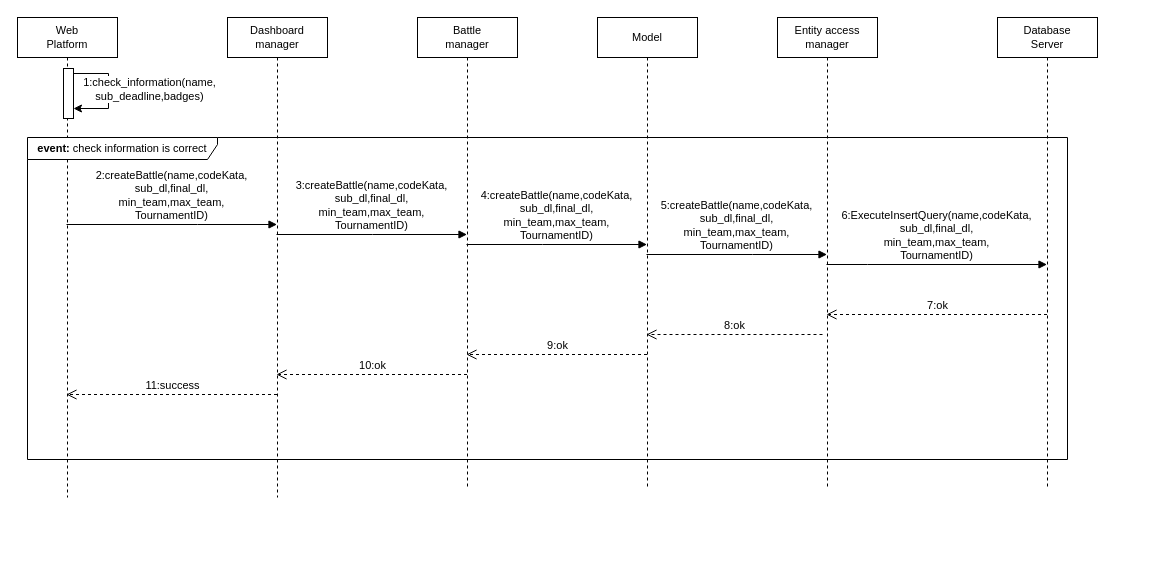
Above: page "BattleCreation" (4 of 18) of diagrams/Runtime diagrams/RuntimeDiagrams.drawio in mttcrn/software-engineering-II-project (draw.io), before the change. Source tidied: cells renumbered, new cells numbered last; positions are measured from the earlier drawing's top-left corner, leaving out a move shared by most shapes. Both pictures are drawn from the tidied source at 100%, with x=0, y=0 at pixel (17, 17).
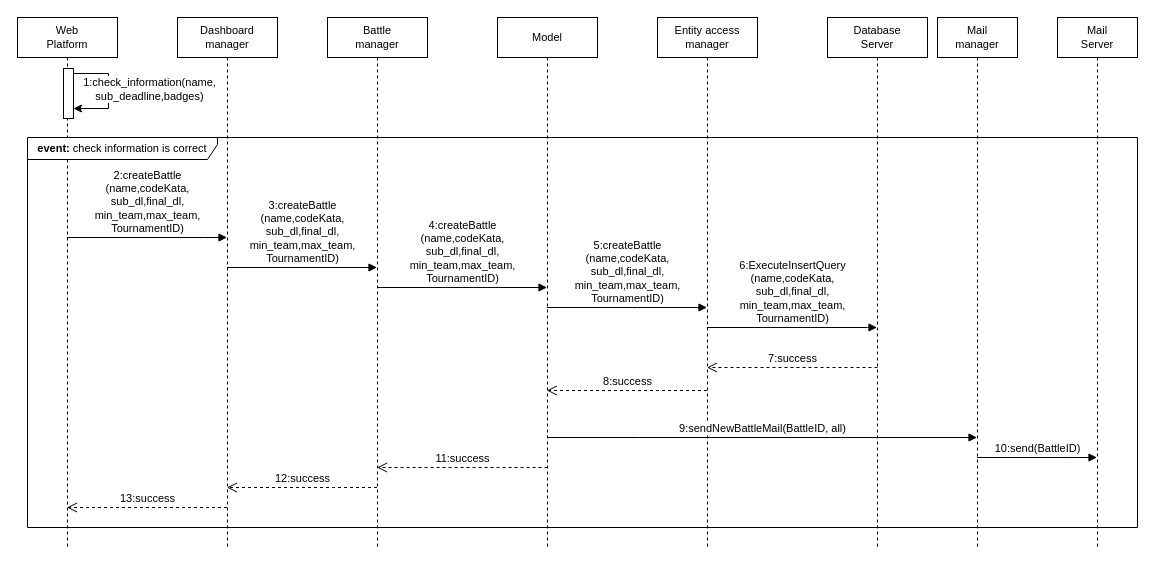
The same diagram, later.

Unchanged cells that the change refers to:
```xml
<mxCell id="18" style="html=1;points=[[0,0,0,0,5],[0,1,0,0,-5],[1,0,0,0,5],[1,1,0,0,-5]];perimeter=orthogonalPerimeter;outlineConnect=0;targetShapes=umlLifeline;portConstraint=eastwest;newEdgeStyle={&quot;curved&quot;:0,&quot;rounded&quot;:0};fontSize=11;" parent="1" vertex="1">
  <mxGeometry x="46" y="51" width="10" height="50" as="geometry" />
</mxCell>
```

Diff of the diagram source:
```diff
@@
     <mxCell id="2" value="Web&lt;br style=&quot;font-size: 11px;&quot;&gt;Platform" style="shape=umlLifeline;perimeter=lifelinePerimeter;whiteSpace=wrap;html=1;outlineConnect=0;portConstraint=eastwest;newEdgeStyle={&quot;curved&quot;:0,&quot;rounded&quot;:0};fontSize=11;" parent="1" vertex="1">
-      <mxGeometry width="100" height="480" as="geometry" />
+      <mxGeometry width="100" height="530" as="geometry" />
     </mxCell>
     <mxCell id="3" value="Dashboard&lt;br style=&quot;font-size: 11px;&quot;&gt;manager" style="shape=umlLifeline;perimeter=lifelinePerimeter;whiteSpace=wrap;html=1;outlineConnect=0;portConstraint=eastwest;newEdgeStyle={&quot;curved&quot;:0,&quot;rounded&quot;:0};fontSize=11;" parent="1" vertex="1">
-      <mxGeometry x="210" width="100" height="480" as="geometry" />
+      <mxGeometry x="160" width="100" height="530" as="geometry" />
     </mxCell>
     <mxCell id="4" value="Entity access&lt;br style=&quot;font-size: 11px;&quot;&gt;manager" style="shape=umlLifeline;perimeter=lifelinePerimeter;whiteSpace=wrap;html=1;outlineConnect=0;portConstraint=eastwest;newEdgeStyle={&quot;curved&quot;:0,&quot;rounded&quot;:0};fontSize=11;" parent="1" vertex="1">
-      <mxGeometry x="760" width="100" height="470" as="geometry" />
+      <mxGeometry x="640" width="100" height="530" as="geometry" />
     </mxCell>
     <mxCell id="5" value="Model" style="shape=umlLifeline;perimeter=lifelinePerimeter;whiteSpace=wrap;html=1;outlineConnect=0;portConstraint=eastwest;newEdgeStyle={&quot;curved&quot;:0,&quot;rounded&quot;:0};fontSize=11;" parent="1" vertex="1">
-      <mxGeometry x="580" width="100" height="470" as="geometry" />
+      <mxGeometry x="480" width="100" height="530" as="geometry" />
     </mxCell>
     <mxCell id="6" value="Battle&lt;br style=&quot;font-size: 11px;&quot;&gt;manager" style="shape=umlLifeline;perimeter=lifelinePerimeter;whiteSpace=wrap;html=1;outlineConnect=0;portConstraint=eastwest;newEdgeStyle={&quot;curved&quot;:0,&quot;rounded&quot;:0};fontSize=11;" parent="1" vertex="1">
-      <mxGeometry x="400" width="100" height="470" as="geometry" />
+      <mxGeometry x="310" width="100" height="530" as="geometry" />
     </mxCell>
     <mxCell id="7" value="Database&lt;br style=&quot;font-size: 11px;&quot;&gt;Server" style="shape=umlLifeline;perimeter=lifelinePerimeter;whiteSpace=wrap;html=1;outlineConnect=0;portConstraint=eastwest;newEdgeStyle={&quot;curved&quot;:0,&quot;rounded&quot;:0};fontSize=11;" parent="1" vertex="1">
-      <mxGeometry x="980" width="100" height="470" as="geometry" />
+      <mxGeometry x="810" width="100" height="530" as="geometry" />
     </mxCell>
-    <mxCell id="8" value="&lt;font style=&quot;font-size: 11px;&quot;&gt;2:createBattle(name,codeKata,&lt;br&gt;sub_dl,final_dl,&lt;br&gt;min_team,max_team,&lt;br&gt;TournamentID)&lt;/font&gt;" style="html=1;verticalAlign=bottom;endArrow=block;curved=0;rounded=0;fontSize=11;" parent="1" edge="1">
+    <mxCell id="8" value="&lt;font style=&quot;font-size: 11px;&quot;&gt;2:createBattle&lt;br style=&quot;font-size: 11px;&quot;&gt;(name,codeKata,&lt;br style=&quot;font-size: 11px;&quot;&gt;sub_dl,final_dl,&lt;br style=&quot;font-size: 11px;&quot;&gt;min_team,max_team,&lt;br style=&quot;font-size: 11px;&quot;&gt;TournamentID)&lt;/font&gt;" style="html=1;verticalAlign=bottom;endArrow=block;curved=0;rounded=0;fontSize=11;" parent="1" edge="1" source="2" target="3">
       <mxGeometry relative="1" as="geometry">
-        <mxPoint x="49" y="207" as="sourcePoint" />
-        <mxPoint x="259.5" y="207" as="targetPoint" />
         <Array as="points">
-          <mxPoint x="180" y="207" />
+          <mxPoint x="187" y="220" />
         </Array>
       </mxGeometry>
     </mxCell>
-    <mxCell id="9" value="3:createBattle(name,codeKata,&lt;br style=&quot;border-color: var(--border-color);&quot;&gt;sub_dl,final_dl,&lt;br style=&quot;border-color: var(--border-color);&quot;&gt;min_team,max_team,&lt;br style=&quot;border-color: var(--border-color);&quot;&gt;TournamentID)" style="html=1;verticalAlign=bottom;endArrow=block;curved=0;rounded=0;fontSize=11;" parent="1" edge="1">
+    <mxCell id="9" value="3:createBattle&lt;br style=&quot;font-size: 11px;&quot;&gt;(name,codeKata,&lt;br style=&quot;border-color: var(--border-color); font-size: 11px;&quot;&gt;sub_dl,final_dl,&lt;br style=&quot;border-color: var(--border-color); font-size: 11px;&quot;&gt;min_team,max_team,&lt;br style=&quot;border-color: var(--border-color); font-size: 11px;&quot;&gt;TournamentID)" style="html=1;verticalAlign=bottom;endArrow=block;curved=0;rounded=0;fontSize=11;" parent="1" edge="1">
       <mxGeometry relative="1" as="geometry">
-        <mxPoint x="259" y="217" as="sourcePoint" />
-        <mxPoint x="449.5" y="217" as="targetPoint" />
+        <mxPoint x="209.6" y="250" as="sourcePoint" />
+        <mxPoint x="359.5" y="250" as="targetPoint" />
         <Array as="points">
-          <mxPoint x="355" y="217" />
+          <mxPoint x="355" y="250" />
         </Array>
       </mxGeometry>
     </mxCell>
-    <mxCell id="10" value="4:createBattle(name,codeKata,&lt;br style=&quot;border-color: var(--border-color);&quot;&gt;sub_dl,final_dl,&lt;br style=&quot;border-color: var(--border-color);&quot;&gt;min_team,max_team,&lt;br style=&quot;border-color: var(--border-color);&quot;&gt;TournamentID)" style="html=1;verticalAlign=bottom;endArrow=block;curved=0;rounded=0;fontSize=11;" parent="1" edge="1">
+    <mxCell id="10" value="4:createBattle&lt;br style=&quot;font-size: 11px;&quot;&gt;(name,codeKata,&lt;br style=&quot;border-color: var(--border-color); font-size: 11px;&quot;&gt;sub_dl,final_dl,&lt;br style=&quot;border-color: var(--border-color); font-size: 11px;&quot;&gt;min_team,max_team,&lt;br style=&quot;border-color: var(--border-color); font-size: 11px;&quot;&gt;TournamentID)" style="html=1;verticalAlign=bottom;endArrow=block;curved=0;rounded=0;fontSize=11;" parent="1" edge="1" target="5">
       <mxGeometry relative="1" as="geometry">
-        <mxPoint x="449" y="227" as="sourcePoint" />
-        <mxPoint x="629.5" y="227" as="targetPoint" />
+        <mxPoint x="360" y="270" as="sourcePoint" />
         <Array as="points">
-          <mxPoint x="525" y="227" />
+          <mxPoint x="525.4" y="270" />
         </Array>
       </mxGeometry>
     </mxCell>
-    <mxCell id="11" value="5:createBattle(name,codeKata,&lt;br style=&quot;border-color: var(--border-color);&quot;&gt;sub_dl,final_dl,&lt;br style=&quot;border-color: var(--border-color);&quot;&gt;min_team,max_team,&lt;br style=&quot;border-color: var(--border-color);&quot;&gt;TournamentID)" style="html=1;verticalAlign=bottom;endArrow=block;curved=0;rounded=0;fontSize=11;" parent="1" edge="1">
+    <mxCell id="11" value="5:createBattle&lt;br style=&quot;font-size: 11px;&quot;&gt;(name,codeKata,&lt;br style=&quot;border-color: var(--border-color); font-size: 11px;&quot;&gt;sub_dl,final_dl,&lt;br style=&quot;border-color: var(--border-color); font-size: 11px;&quot;&gt;min_team,max_team,&lt;br style=&quot;border-color: var(--border-color); font-size: 11px;&quot;&gt;TournamentID)" style="html=1;verticalAlign=bottom;endArrow=block;curved=0;rounded=0;fontSize=11;" parent="1" edge="1" source="5" target="4">
       <mxGeometry relative="1" as="geometry">
-        <mxPoint x="629" y="237" as="sourcePoint" />
-        <mxPoint x="809.5" y="237" as="targetPoint" />
         <Array as="points">
-          <mxPoint x="735" y="237" />
+          <mxPoint x="620" y="290" />
         </Array>
       </mxGeometry>
     </mxCell>
-    <mxCell id="12" value="&lt;font style=&quot;font-size: 11px;&quot;&gt;6:ExecuteInsertQuery(name,codeKata,&lt;br&gt;sub_dl,final_dl,&lt;br&gt;min_team,max_team,&lt;br&gt;TournamentID)&lt;/font&gt;" style="html=1;verticalAlign=bottom;endArrow=block;curved=0;rounded=0;fontSize=11;" parent="1" edge="1">
+    <mxCell id="12" value="&lt;font style=&quot;font-size: 11px;&quot;&gt;6:ExecuteInsertQuery&lt;br style=&quot;font-size: 11px;&quot;&gt;(name,codeKata,&lt;br style=&quot;font-size: 11px;&quot;&gt;sub_dl,final_dl,&lt;br style=&quot;font-size: 11px;&quot;&gt;min_team,max_team,&lt;br style=&quot;font-size: 11px;&quot;&gt;TournamentID)&lt;/font&gt;" style="html=1;verticalAlign=bottom;endArrow=block;curved=0;rounded=0;fontSize=11;" parent="1" edge="1" source="4" target="7">
       <mxGeometry relative="1" as="geometry">
-        <mxPoint x="809" y="247" as="sourcePoint" />
-        <mxPoint x="1029.5" y="247" as="targetPoint" />
         <Array as="points">
-          <mxPoint x="850" y="247" />
+          <mxPoint x="850" y="310" />
         </Array>
       </mxGeometry>
     </mxCell>
-    <mxCell id="13" value="7:ok" style="html=1;verticalAlign=bottom;endArrow=open;dashed=1;endSize=8;curved=0;rounded=0;fontSize=11;" parent="1" edge="1">
+    <mxCell id="13" value="7:success" style="html=1;verticalAlign=bottom;endArrow=open;dashed=1;endSize=8;curved=0;rounded=0;fontSize=11;" parent="1" edge="1" target="4">
       <mxGeometry relative="1" as="geometry">
-        <mxPoint x="1029.5" y="297" as="sourcePoint" />
-        <mxPoint x="809" y="297" as="targetPoint" />
-        <Array as="points">
-          <mxPoint x="900" y="297" />
-        </Array>
+        <mxPoint x="860" y="350" as="sourcePoint" />
       </mxGeometry>
     </mxCell>
-    <mxCell id="14" value="8:ok" style="html=1;verticalAlign=bottom;endArrow=open;dashed=1;endSize=8;curved=0;rounded=0;fontSize=11;" parent="1" edge="1">
+    <mxCell id="14" value="8:success" style="html=1;verticalAlign=bottom;endArrow=open;dashed=1;endSize=8;curved=0;rounded=0;fontSize=11;" parent="1" edge="1">
       <mxGeometry relative="1" as="geometry">
-        <mxPoint x="805" y="317" as="sourcePoint" />
-        <mxPoint x="629" y="317" as="targetPoint" />
+        <mxPoint x="689.5" y="373" as="sourcePoint" />
+        <mxPoint x="529.4" y="373" as="targetPoint" />
         <Array as="points">
-          <mxPoint x="730" y="317" />
-          <mxPoint x="640" y="317" />
+          <mxPoint x="640" y="373" />
         </Array>
       </mxGeometry>
     </mxCell>
-    <mxCell id="15" value="9:ok" style="html=1;verticalAlign=bottom;endArrow=open;dashed=1;endSize=8;curved=0;rounded=0;fontSize=11;" parent="1" edge="1">
-      <mxGeometry relative="1" as="geometry">
-        <mxPoint x="629.5" y="337" as="sourcePoint" />
-        <mxPoint x="449" y="337" as="targetPoint" />
-        <Array as="points">
-          <mxPoint x="530" y="337" />
-        </Array>
-      </mxGeometry>
-    </mxCell>
-    <mxCell id="16" value="10:ok" style="html=1;verticalAlign=bottom;endArrow=open;dashed=1;endSize=8;curved=0;rounded=0;fontSize=11;" parent="1" edge="1">
+    <mxCell id="16" value="11:success" style="html=1;verticalAlign=bottom;endArrow=open;dashed=1;endSize=8;curved=0;rounded=0;fontSize=11;" parent="1" edge="1" target="6">
       <mxGeometry relative="1" as="geometry">
-        <mxPoint x="449.5" y="357" as="sourcePoint" />
-        <mxPoint x="259" y="357" as="targetPoint" />
+        <mxPoint x="530.1" y="450" as="sourcePoint" />
         <Array as="points">
-          <mxPoint x="310" y="357" />
+          <mxPoint x="480.6" y="450" />
         </Array>
       </mxGeometry>
     </mxCell>
-    <mxCell id="17" value="11:success" style="html=1;verticalAlign=bottom;endArrow=open;dashed=1;endSize=8;curved=0;rounded=0;fontSize=11;" parent="1" edge="1">
+    <mxCell id="17" value="13:success" style="html=1;verticalAlign=bottom;endArrow=open;dashed=1;endSize=8;curved=0;rounded=0;fontSize=11;" parent="1" edge="1" source="3" target="2">
       <mxGeometry relative="1" as="geometry">
-        <mxPoint x="259.5" y="377" as="sourcePoint" />
-        <mxPoint x="49" y="377" as="targetPoint" />
         <Array as="points">
-          <mxPoint x="165" y="377" />
+          <mxPoint x="162" y="490" />
         </Array>
       </mxGeometry>
     </mxCell>
@@
-    <mxCell id="19" style="edgeStyle=orthogonalEdgeStyle;rounded=0;orthogonalLoop=1;jettySize=auto;html=1;curved=0;exitX=1;exitY=0;exitDx=0;exitDy=5;exitPerimeter=0;" parent="1" edge="1" source="18" target="18">
+    <mxCell id="19" style="edgeStyle=orthogonalEdgeStyle;rounded=0;orthogonalLoop=1;jettySize=auto;html=1;curved=0;exitX=1;exitY=0;exitDx=0;exitDy=5;exitPerimeter=0;fontSize=11;" parent="1" edge="1" source="18" target="18">
       <mxGeometry relative="1" as="geometry">
         <Array as="points">
           <mxPoint x="91" y="56" />
           <mxPoint x="91" y="91" />
         </Array>
       </mxGeometry>
     </mxCell>
-    <mxCell id="20" value="1:check_information(name,&lt;br style=&quot;border-color: var(--border-color);&quot;&gt;sub_deadline,badges)" style="edgeLabel;html=1;align=center;verticalAlign=middle;" parent="19" vertex="1">
+    <mxCell id="20" value="1:check_information(name,&lt;br style=&quot;border-color: var(--border-color); font-size: 11px;&quot;&gt;sub_deadline,badges)" style="edgeLabel;html=1;align=center;verticalAlign=middle;fontSize=11;" parent="19" vertex="1">
       <mxGeometry x="-0.04" y="-2" relative="1" as="geometry">
         <mxPoint x="42" as="offset" />
       </mxGeometry>
     </mxCell>
-    <mxCell id="21" value="&lt;b&gt;event: &lt;/b&gt;check information is correct" style="shape=umlFrame;whiteSpace=wrap;html=1;fontSize=11;width=190;height=22;" parent="1" vertex="1">
-      <mxGeometry x="10" y="120" width="1040" height="322" as="geometry" />
+    <mxCell id="21" value="&lt;b style=&quot;font-size: 11px;&quot;&gt;event: &lt;/b&gt;check information is correct" style="shape=umlFrame;whiteSpace=wrap;html=1;fontSize=11;width=190;height=22;" parent="1" vertex="1">
+      <mxGeometry x="10" y="120" width="1110" height="390" as="geometry" />
     </mxCell>
+    <mxCell id="22" value="Mail&lt;br style=&quot;font-size: 11px;&quot;&gt;manager" style="shape=umlLifeline;perimeter=lifelinePerimeter;whiteSpace=wrap;html=1;outlineConnect=0;portConstraint=eastwest;newEdgeStyle={&quot;curved&quot;:0,&quot;rounded&quot;:0};fontSize=11;" parent="1" vertex="1">
+      <mxGeometry x="920" width="80" height="530" as="geometry" />
+    </mxCell>
+    <mxCell id="23" value="Mail&lt;br style=&quot;font-size: 11px;&quot;&gt;Server" style="shape=umlLifeline;perimeter=lifelinePerimeter;whiteSpace=wrap;html=1;outlineConnect=0;portConstraint=eastwest;newEdgeStyle={&quot;curved&quot;:0,&quot;rounded&quot;:0};fontSize=11;" parent="1" vertex="1">
+      <mxGeometry x="1040" width="80" height="530" as="geometry" />
+    </mxCell>
+    <mxCell id="24" value="9:sendNewBattleMail(BattleID, all)" style="html=1;verticalAlign=bottom;endArrow=block;curved=0;rounded=0;fontSize=11;" parent="1" edge="1" target="22">
+      <mxGeometry relative="1" as="geometry">
+        <mxPoint x="530" y="420" as="sourcePoint" />
+        <Array as="points">
+          <mxPoint x="621" y="420" />
+        </Array>
+      </mxGeometry>
+    </mxCell>
+    <mxCell id="25" value="10:send(BattleID)" style="html=1;verticalAlign=bottom;endArrow=block;curved=0;rounded=0;fontSize=11;" parent="1" edge="1" source="22" target="23">
+      <mxGeometry relative="1" as="geometry">
+        <Array as="points">
+          <mxPoint x="1050" y="440" />
+        </Array>
+      </mxGeometry>
+    </mxCell>
+    <mxCell id="26" value="12:success" style="html=1;verticalAlign=bottom;endArrow=open;dashed=1;endSize=8;curved=0;rounded=0;fontSize=11;" parent="1" edge="1">
+      <mxGeometry relative="1" as="geometry">
+        <mxPoint x="359.5" y="470" as="sourcePoint" />
+        <mxPoint x="209.4" y="470" as="targetPoint" />
+        <Array as="points">
+          <mxPoint x="316" y="470" />
+        </Array>
+      </mxGeometry>
+    </mxCell>
```
